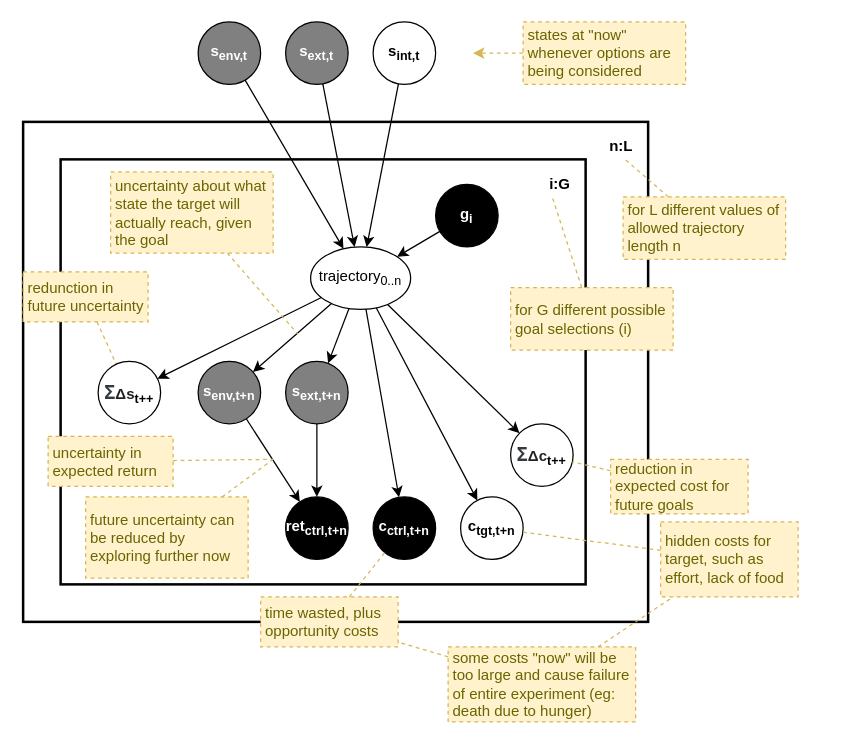
This is page "goal-value2" (6 of 8) of files/Autonomous-monitoring-and-control.drawio from malcolmlett/malcolmlett.github.io, a draw.io file, before an edit. Source tidied: cells renumbered, new cells numbered last; positions are measured from the earlier drawing's top-left corner, leaving out a move shared by most shapes. Both pictures are drawn from the tidied source at 125%, with x=0, y=0 at pixel (22, 21).
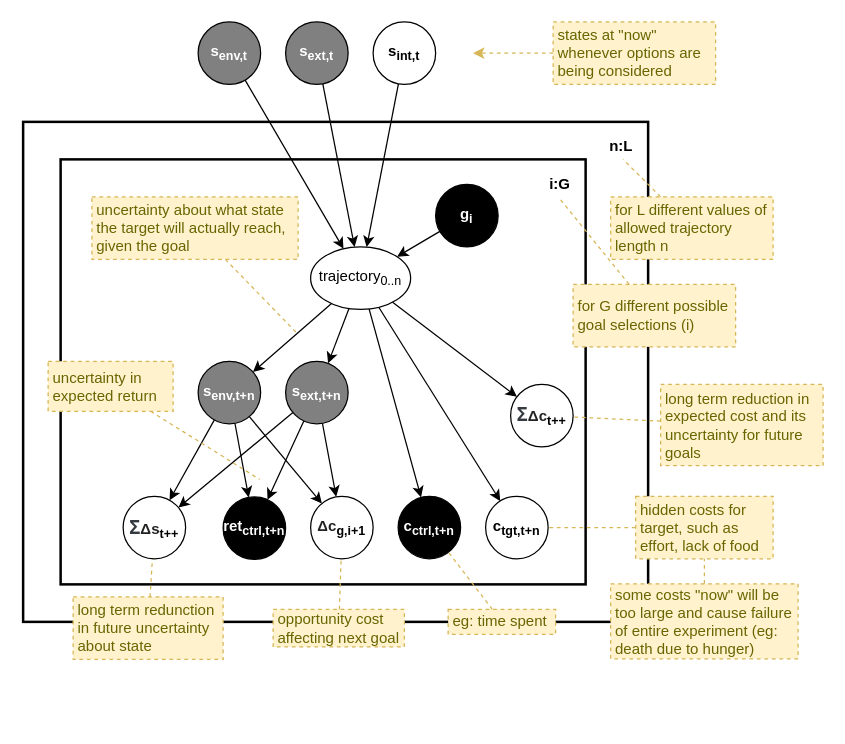
After the change.

The change refers to these unchanged cells:
```xml
<mxCell id="3" style="rounded=0;whiteSpace=wrap;html=1;fontSize=12;fontColor=#000000;align=center;fillColor=none;strokeWidth=2;" parent="1" vertex="1">
  <mxGeometry x="30" y="110" width="420" height="340" as="geometry" />
</mxCell>
<mxCell id="15" value="s&lt;sub&gt;env,t+n&lt;/sub&gt;" style="ellipse;whiteSpace=wrap;html=1;fontStyle=1;fontSize=12;fillColor=#808080;fontColor=#FFFFFF;" parent="1" vertex="1">
  <mxGeometry x="140" y="271.5" width="50" height="50" as="geometry" />
</mxCell>
<mxCell id="17" value="s&lt;sub&gt;ext,t+n&lt;/sub&gt;" style="ellipse;whiteSpace=wrap;html=1;fontStyle=1;fontSize=12;fillColor=#808080;fontColor=#FFFFFF;" parent="1" vertex="1">
  <mxGeometry x="210" y="271.5" width="50" height="50" as="geometry" />
</mxCell>
<mxCell id="26" value="trajectory&lt;sub&gt;0..n&lt;/sub&gt;" style="ellipse;whiteSpace=wrap;html=1;strokeWidth=1;fillColor=none;fontSize=12;fontColor=#000000;align=center;" parent="1" vertex="1">
  <mxGeometry x="230" y="180" width="80" height="50" as="geometry" />
</mxCell>
```

What changed in the source:
```diff
@@
+    <mxCell id="53" style="edgeStyle=none;rounded=0;jettySize=auto;html=1;endArrow=classic;endFill=1;" parent="1" edge="1" source="17" target="52">
+      <mxGeometry relative="1" as="geometry" />
+    </mxCell>
@@
+    <mxCell id="54" style="edgeStyle=none;rounded=0;jettySize=auto;html=1;endArrow=classic;endFill=1;" parent="1" edge="1" source="17" target="49">
+      <mxGeometry relative="1" as="geometry" />
+    </mxCell>
@@
     <mxCell id="18" value="c&lt;sub&gt;ctrl,t+n&lt;/sub&gt;" style="ellipse;whiteSpace=wrap;html=1;fontStyle=1;fontSize=12;fillColor=#000000;fontColor=#FFFFFF;" parent="1" vertex="1">
-      <mxGeometry x="280" y="380" width="50" height="50" as="geometry" />
+      <mxGeometry x="300" y="379.5" width="50" height="50" as="geometry" />
     </mxCell>
     <mxCell id="19" value="&lt;span style=&quot;font-size: 12px&quot;&gt;ret&lt;/span&gt;&lt;sub&gt;ctrl,t+n&lt;/sub&gt;" style="ellipse;whiteSpace=wrap;html=1;fontStyle=1;fontSize=12;fillColor=#000000;fontColor=#FFFFFF;" parent="1" vertex="1">
-      <mxGeometry x="210" y="380" width="50" height="50" as="geometry" />
+      <mxGeometry x="160" y="380" width="50" height="50" as="geometry" />
     </mxCell>
@@
-    <mxCell id="24" style="edgeStyle=none;rounded=0;jettySize=auto;html=1;fontSize=12;fontColor=#FFFFFF;" parent="1" edge="1" source="26" target="49">
+    <mxCell id="24" style="edgeStyle=none;rounded=0;jettySize=auto;html=1;fontSize=12;fontColor=#FFFFFF;" parent="1" edge="1" source="15" target="49">
       <mxGeometry relative="1" as="geometry" />
     </mxCell>
-    <mxCell id="25" style="rounded=0;jettySize=auto;html=1;" parent="1" edge="1" source="26" target="52">
+    <mxCell id="25" style="rounded=0;jettySize=auto;html=1;" parent="1" edge="1" source="15" target="52">
       <mxGeometry relative="1" as="geometry" />
     </mxCell>
+    <mxCell id="55" style="edgeStyle=none;rounded=0;jettySize=auto;html=1;endArrow=classic;endFill=1;" parent="1" edge="1" source="26" target="56">
+      <mxGeometry relative="1" as="geometry" />
+    </mxCell>
@@
     <mxCell id="27" value="c&lt;sub&gt;tgt,t+n&lt;/sub&gt;" style="ellipse;whiteSpace=wrap;html=1;fontStyle=1;fontSize=12;" parent="1" vertex="1">
-      <mxGeometry x="350" y="380" width="50" height="50" as="geometry" />
+      <mxGeometry x="370" y="379.5" width="50" height="50" as="geometry" />
     </mxCell>
@@
     <mxCell id="29" value="for L different values of allowed trajectory length n" style="rounded=0;whiteSpace=wrap;html=1;align=left;fillColor=#fff2cc;strokeColor=#d6b656;fontColor=#666600;dashed=1;spacingLeft=2;spacingRight=2;" parent="1" vertex="1">
-      <mxGeometry x="480" y="140" width="130" height="50" as="geometry" />
+      <mxGeometry x="470" y="140" width="130" height="50" as="geometry" />
     </mxCell>
     <mxCell id="30" value="for G different possible goal selections (i)" style="rounded=0;whiteSpace=wrap;html=1;align=left;fillColor=#fff2cc;strokeColor=#d6b656;fontColor=#666600;dashed=1;spacingLeft=2;spacingRight=2;" parent="1" vertex="1">
-      <mxGeometry x="390" y="212.5" width="130" height="50" as="geometry" />
+      <mxGeometry x="440" y="210" width="130" height="50" as="geometry" />
     </mxCell>
@@
     <mxCell id="32" value="uncertainty in expected return" style="rounded=0;whiteSpace=wrap;html=1;align=left;fillColor=#fff2cc;strokeColor=#d6b656;fontColor=#666600;dashed=1;spacingLeft=2;spacingRight=2;" parent="1" vertex="1">
-      <mxGeometry x="20" y="331.5" width="100" height="40" as="geometry" />
+      <mxGeometry x="20" y="271.5" width="100" height="40" as="geometry" />
     </mxCell>
-    <mxCell id="33" style="rounded=0;jumpStyle=none;jettySize=auto;html=1;strokeWidth=1;fontColor=#666600;dashed=1;strokeColor=#d6b656;fillColor=#fff2cc;endArrow=none;endFill=0;" parent="1" edge="1" source="32">
-      <mxGeometry relative="1" as="geometry">
-        <mxPoint x="200" y="350" as="targetPoint" />
-      </mxGeometry>
+    <mxCell id="33" style="rounded=0;jumpStyle=none;jettySize=auto;html=1;strokeWidth=1;fontColor=#666600;dashed=1;strokeColor=#d6b656;fillColor=#fff2cc;endArrow=none;endFill=0;entryX=0.379;entryY=0.753;entryDx=0;entryDy=0;entryPerimeter=0;" parent="1" edge="1" source="32" target="3">
+      <mxGeometry relative="1" as="geometry" />
     </mxCell>
@@
     <mxCell id="35" value="uncertainty about what state the target will actually reach, given the goal" style="rounded=0;whiteSpace=wrap;html=1;align=left;fillColor=#fff2cc;strokeColor=#d6b656;fontColor=#666600;dashed=1;spacingLeft=2;spacingRight=2;" parent="1" vertex="1">
-      <mxGeometry x="70" y="120" width="130" height="65" as="geometry" />
+      <mxGeometry x="55" y="140" width="165" height="50" as="geometry" />
     </mxCell>
     <mxCell id="36" value="hidden costs for target, such as effort, lack of food" style="rounded=0;whiteSpace=wrap;html=1;align=left;fillColor=#fff2cc;strokeColor=#d6b656;fontColor=#666600;dashed=1;spacingLeft=2;spacingRight=2;" parent="1" vertex="1">
-      <mxGeometry x="510" y="400" width="110" height="60" as="geometry" />
+      <mxGeometry x="490" y="379.5" width="110" height="50" as="geometry" />
     </mxCell>
@@
-    <mxCell id="38" value="time wasted, plus opportunity costs" style="rounded=0;whiteSpace=wrap;html=1;align=left;fillColor=#fff2cc;strokeColor=#d6b656;fontColor=#666600;dashed=1;spacingLeft=2;spacingRight=2;" parent="1" vertex="1">
-      <mxGeometry x="190" y="460" width="110" height="40" as="geometry" />
+    <mxCell id="38" value="eg: time spent" style="rounded=0;whiteSpace=wrap;html=1;align=left;fillColor=#fff2cc;strokeColor=#d6b656;fontColor=#666600;dashed=1;spacingLeft=2;spacingRight=2;" parent="1" vertex="1">
+      <mxGeometry x="340" y="470" width="86" height="20" as="geometry" />
     </mxCell>
@@
     <mxCell id="40" value="states at &quot;now&quot; whenever options are being considered" style="rounded=0;whiteSpace=wrap;html=1;align=left;fillColor=#fff2cc;strokeColor=#d6b656;fontColor=#666600;dashed=1;spacingLeft=2;spacingRight=2;" parent="1" vertex="1">
-      <mxGeometry x="400" width="130" height="50" as="geometry" />
+      <mxGeometry x="424" width="130" height="50" as="geometry" />
     </mxCell>
@@
-    <mxCell id="42" value="future uncertainty can be reduced by exploring further now" style="rounded=0;whiteSpace=wrap;html=1;align=left;fillColor=#fff2cc;strokeColor=#d6b656;fontColor=#666600;dashed=1;spacingLeft=2;spacingRight=2;" parent="1" vertex="1">
-      <mxGeometry x="50" y="380" width="130" height="65" as="geometry" />
-    </mxCell>
-    <mxCell id="43" style="rounded=0;jumpStyle=none;jettySize=auto;html=1;strokeWidth=1;fontColor=#666600;dashed=1;strokeColor=#d6b656;fillColor=#fff2cc;endArrow=none;endFill=0;" parent="1" edge="1" source="42">
-      <mxGeometry relative="1" as="geometry">
-        <mxPoint x="200" y="350" as="targetPoint" />
-      </mxGeometry>
-    </mxCell>
-    <mxCell id="44" value="redunction in future uncertainty" style="rounded=0;whiteSpace=wrap;html=1;align=left;fillColor=#fff2cc;strokeColor=#d6b656;fontColor=#666600;dashed=1;spacingLeft=2;spacingRight=2;" parent="1" vertex="1">
-      <mxGeometry y="200" width="100" height="40" as="geometry" />
+    <mxCell id="44" value="long term redunction in future uncertainty about state" style="rounded=0;whiteSpace=wrap;html=1;align=left;fillColor=#fff2cc;strokeColor=#d6b656;fontColor=#666600;dashed=1;spacingLeft=2;spacingRight=2;" parent="1" vertex="1">
+      <mxGeometry x="40" y="460" width="120" height="50" as="geometry" />
     </mxCell>
@@
     <mxCell id="46" value="some costs &quot;now&quot; will be too large and cause failure of entire experiment (eg: death due to hunger)" style="rounded=0;whiteSpace=wrap;html=1;align=left;fillColor=#fff2cc;strokeColor=#d6b656;fontColor=#666600;dashed=1;spacingLeft=2;spacingRight=2;" parent="1" vertex="1">
-      <mxGeometry x="340" y="500" width="150" height="60" as="geometry" />
+      <mxGeometry x="470" y="449.5" width="150" height="60" as="geometry" />
     </mxCell>
-    <mxCell id="47" style="rounded=0;jumpStyle=none;jettySize=auto;html=1;strokeWidth=1;fontColor=#666600;dashed=1;strokeColor=#d6b656;fillColor=#fff2cc;endArrow=none;endFill=0;" parent="1" edge="1" source="46" target="38">
-      <mxGeometry relative="1" as="geometry" />
-    </mxCell>
@@
-    <mxCell id="49" value="&lt;span style=&quot;color: rgb(52 , 58 , 64) ; font-family: &amp;#34;open sans&amp;#34; ; font-size: 15px ; background-color: rgb(255 , 255 , 255)&quot;&gt;Σ&lt;/span&gt;&lt;span style=&quot;color: rgb(34 , 34 , 34) ; font-family: &amp;#34;google sans&amp;#34; , &amp;#34;arial&amp;#34; , sans-serif ; text-align: left ; background-color: rgb(255 , 255 , 255)&quot;&gt;&lt;font style=&quot;font-size: 12px&quot;&gt;Δc&lt;/font&gt;&lt;/span&gt;&lt;sub&gt;t++&lt;/sub&gt;" style="ellipse;whiteSpace=wrap;html=1;fontStyle=1;fontSize=12;" parent="1" vertex="1">
-      <mxGeometry x="390" y="321.5" width="50" height="50" as="geometry" />
+    <mxCell id="49" value="&lt;span style=&quot;color: rgb(34 , 34 , 34) ; font-family: &amp;#34;google sans&amp;#34; , &amp;#34;arial&amp;#34; , sans-serif ; text-align: left ; background-color: rgb(255 , 255 , 255)&quot;&gt;Δ&lt;/span&gt;&lt;span style=&quot;color: rgb(34 , 34 , 34) ; font-family: &amp;#34;google sans&amp;#34; , &amp;#34;arial&amp;#34; , sans-serif ; text-align: left ; background-color: rgb(255 , 255 , 255)&quot;&gt;&lt;font style=&quot;font-size: 12px&quot;&gt;c&lt;/font&gt;&lt;/span&gt;&lt;sub&gt;g,i+1&lt;/sub&gt;" style="ellipse;whiteSpace=wrap;html=1;fontStyle=1;fontSize=12;" parent="1" vertex="1">
+      <mxGeometry x="230" y="379.5" width="50" height="50" as="geometry" />
     </mxCell>
-    <mxCell id="50" value="reduction in expected cost for future goals" style="rounded=0;whiteSpace=wrap;html=1;align=left;fillColor=#fff2cc;strokeColor=#d6b656;fontColor=#666600;dashed=1;spacingLeft=2;spacingRight=2;" parent="1" vertex="1">
-      <mxGeometry x="470" y="350" width="110" height="43.5" as="geometry" />
+    <mxCell id="50" value="long term reduction in expected cost and its uncertainty for future goals" style="rounded=0;whiteSpace=wrap;html=1;align=left;fillColor=#fff2cc;strokeColor=#d6b656;fontColor=#666600;dashed=1;spacingLeft=2;spacingRight=2;" parent="1" vertex="1">
+      <mxGeometry x="510" y="290" width="130" height="65" as="geometry" />
     </mxCell>
-    <mxCell id="51" style="rounded=0;jumpStyle=none;jettySize=auto;html=1;strokeWidth=1;fontColor=#666600;dashed=1;strokeColor=#d6b656;fillColor=#fff2cc;endArrow=none;endFill=0;" parent="1" edge="1" source="50" target="49">
+    <mxCell id="51" style="rounded=0;jumpStyle=none;jettySize=auto;html=1;strokeWidth=1;fontColor=#666600;dashed=1;strokeColor=#d6b656;fillColor=#fff2cc;endArrow=none;endFill=0;" parent="1" edge="1" source="50" target="56">
       <mxGeometry relative="1" as="geometry" />
     </mxCell>
     <mxCell id="52" value="&lt;span style=&quot;color: rgb(52 , 58 , 64) ; font-family: &amp;#34;open sans&amp;#34; ; font-size: 15px ; background-color: rgb(255 , 255 , 255)&quot;&gt;Σ&lt;/span&gt;&lt;span style=&quot;color: rgb(34 , 34 , 34) ; font-family: &amp;#34;google sans&amp;#34; , &amp;#34;arial&amp;#34; , sans-serif ; text-align: left ; background-color: rgb(255 , 255 , 255)&quot;&gt;&lt;font style=&quot;font-size: 12px&quot;&gt;Δs&lt;/font&gt;&lt;/span&gt;&lt;sub&gt;t++&lt;/sub&gt;" style="ellipse;whiteSpace=wrap;html=1;fontStyle=1;fontSize=12;" parent="1" vertex="1">
-      <mxGeometry x="60" y="271.5" width="50" height="50" as="geometry" />
+      <mxGeometry x="80" y="379.5" width="50" height="50" as="geometry" />
     </mxCell>
+    <mxCell id="56" value="&lt;span style=&quot;color: rgb(52 , 58 , 64) ; font-family: &amp;#34;open sans&amp;#34; ; font-size: 15px ; background-color: rgb(255 , 255 , 255)&quot;&gt;Σ&lt;/span&gt;&lt;span style=&quot;color: rgb(34 , 34 , 34) ; font-family: &amp;#34;google sans&amp;#34; , &amp;#34;arial&amp;#34; , sans-serif ; text-align: left ; background-color: rgb(255 , 255 , 255)&quot;&gt;&lt;font style=&quot;font-size: 12px&quot;&gt;Δc&lt;/font&gt;&lt;/span&gt;&lt;sub&gt;t++&lt;/sub&gt;" style="ellipse;whiteSpace=wrap;html=1;fontStyle=1;fontSize=12;" parent="1" vertex="1">
+      <mxGeometry x="390" y="290" width="50" height="50" as="geometry" />
+    </mxCell>
+    <mxCell id="57" value="opportunity cost affecting next goal" style="rounded=0;whiteSpace=wrap;html=1;align=left;fillColor=#fff2cc;strokeColor=#d6b656;fontColor=#666600;dashed=1;spacingLeft=2;spacingRight=2;" parent="1" vertex="1">
+      <mxGeometry x="200" y="470" width="105" height="30" as="geometry" />
+    </mxCell>
+    <mxCell id="58" style="rounded=0;jumpStyle=none;jettySize=auto;html=1;strokeWidth=1;fontColor=#666600;dashed=1;strokeColor=#d6b656;fillColor=#fff2cc;endArrow=none;endFill=0;" parent="1" edge="1" source="57" target="49">
+      <mxGeometry relative="1" as="geometry" />
+    </mxCell>
```
